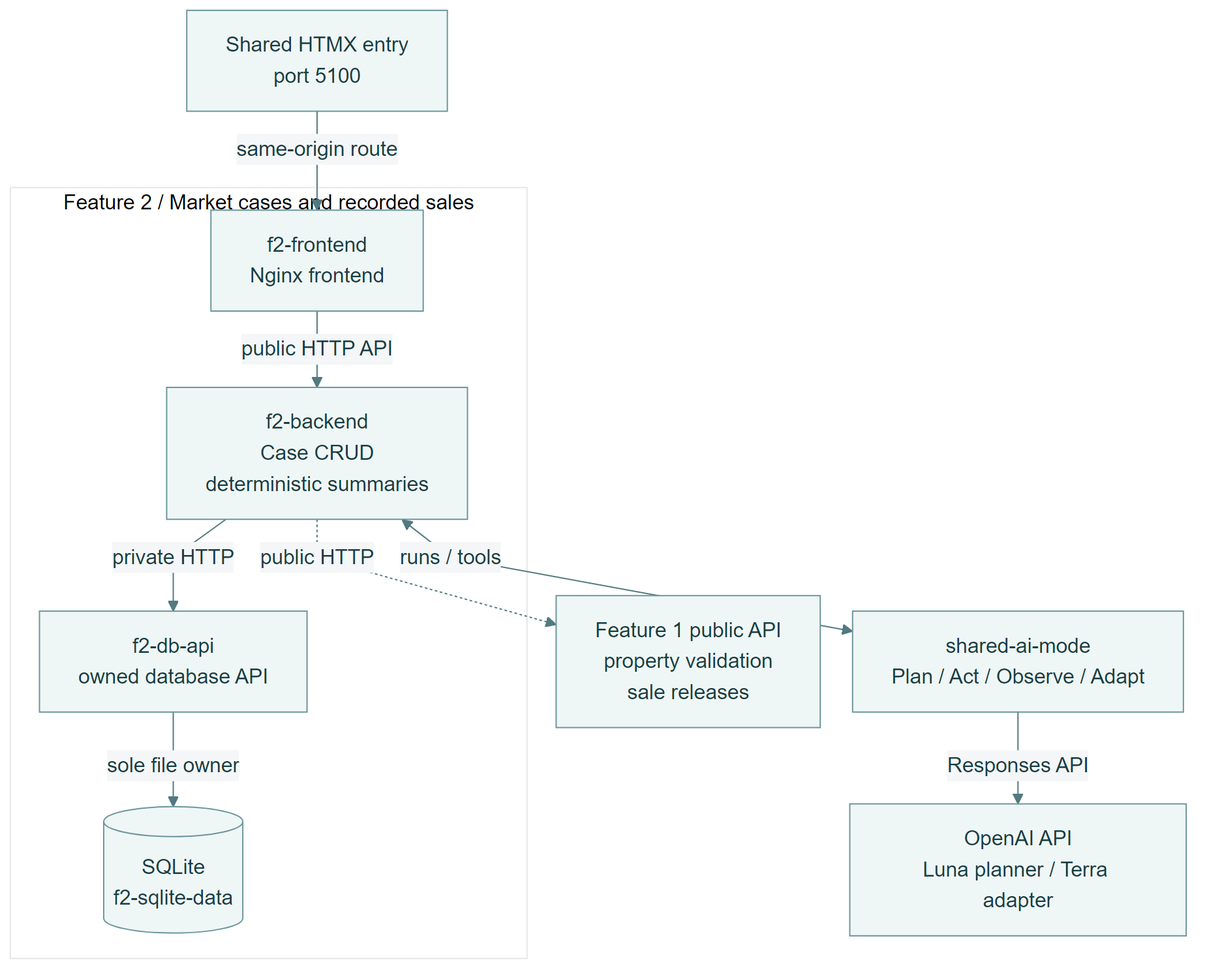
Earlier version of the Mermaid export docs/reports/assets/release-0/feature-2-runtime.png (MattShelton04/41026ASDProject). Its source is kept beside it as docs/reports/diagrams/release-0/feature-2-runtime.mmd. The source it was exported from:
```mermaid
%%{init: {"theme":"base","themeVariables":{"fontFamily":"Arial","fontSize":"16px","primaryColor":"#eff6f6","primaryBorderColor":"#6b969b","primaryTextColor":"#153e46","lineColor":"#527a80","secondaryColor":"#f4f6f8","tertiaryColor":"#ffffff"},"flowchart":{"curve":"linear","nodeSpacing":25,"rankSpacing":35}}}%%
flowchart TB
    edge["Shared HTMX entry<br/>port 5100"] -->|same-origin route| front
    subgraph feature["Feature 2 / Market cases and recorded sales"]
    front["f2-frontend<br/>Nginx frontend"] -->|public HTTP API| back
    back["f2-backend<br/>Case CRUD<br/>deterministic summaries"] -->|private HTTP| db["f2-db-api<br/>owned database API"]
    db -->|sole file owner| volume[("SQLite<br/>f2-sqlite-data")]
    end
    back <-->|runs / tools| ai["shared-ai-mode<br/>Plan / Act / Observe / Adapt"]
    ai -->|Responses API| model["OpenAI API<br/>Luna planner / Terra adapter"]
    back -.->|public HTTP| upstream["Feature 1 public API<br/>property validation<br/>sale releases"]
```
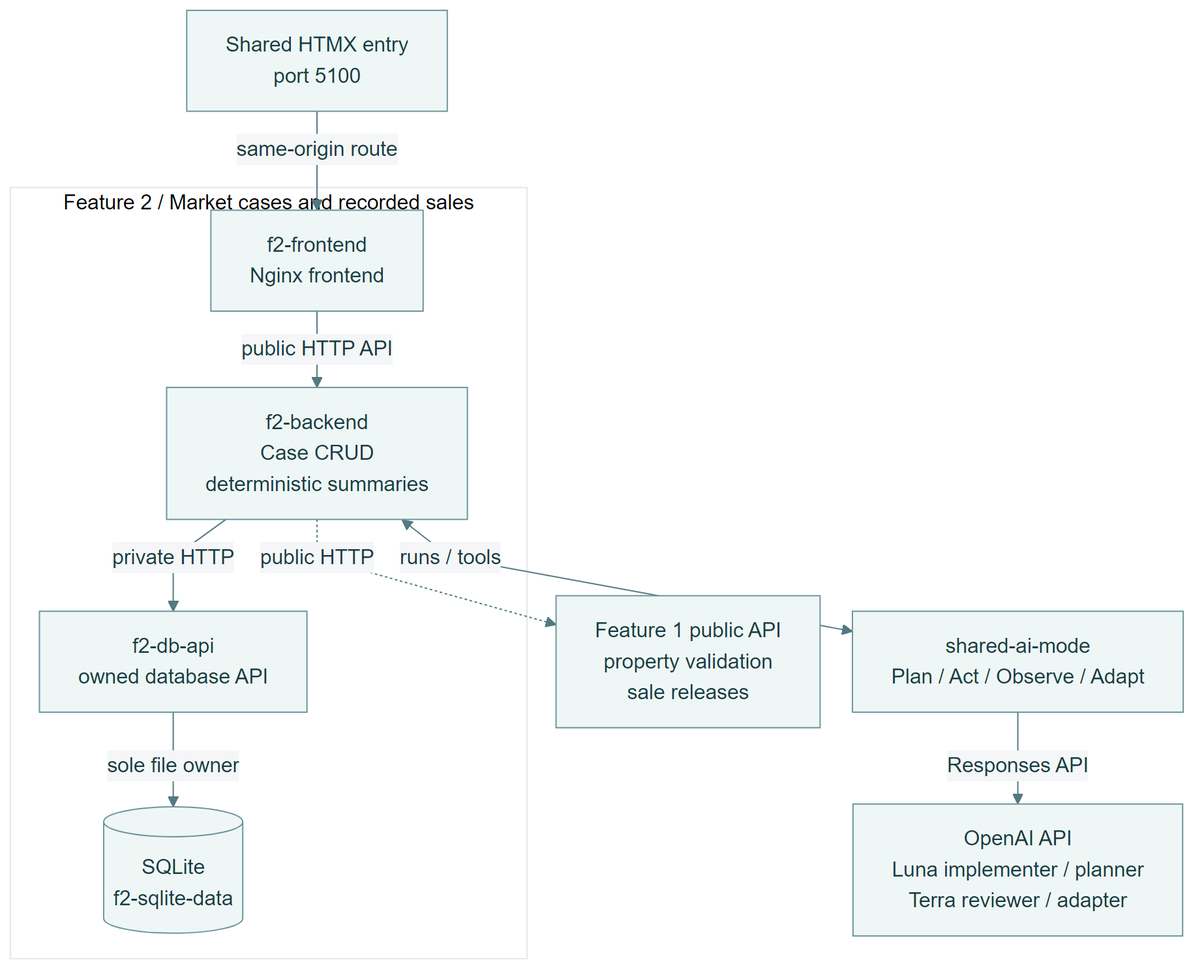
The same diagram one commit later.

Change to the diagram source:
```diff
@@ -7,5 +7,5 @@
     db -->|sole file owner| volume[("SQLite<br/>f2-sqlite-data")]
     end
     back <-->|runs / tools| ai["shared-ai-mode<br/>Plan / Act / Observe / Adapt"]
-    ai -->|Responses API| model["OpenAI API<br/>Luna planner / Terra adapter"]
+    ai -->|Responses API| model["OpenAI API<br/>Luna implementer / planner<br/>Terra reviewer / adapter"]
     back -.->|public HTTP| upstream["Feature 1 public API<br/>property validation<br/>sale releases"]
```
